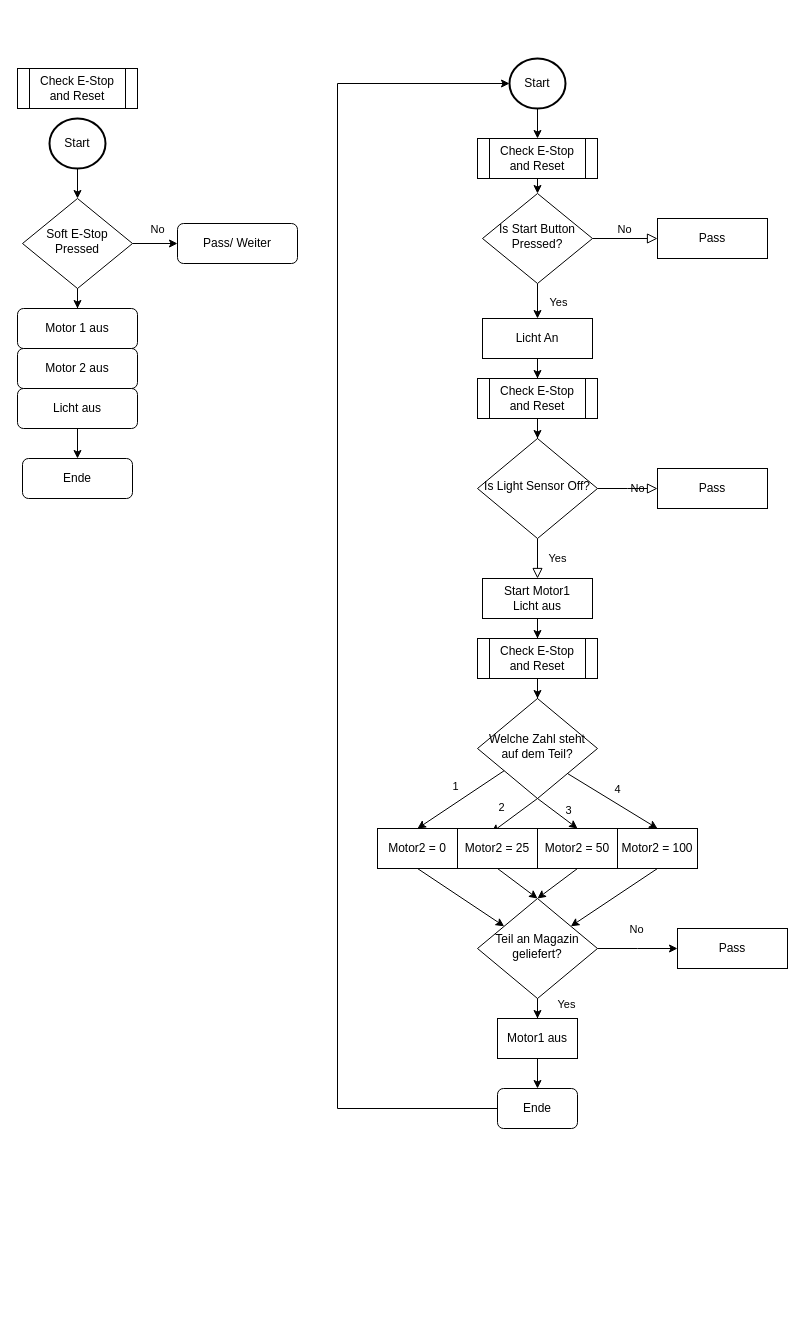
Before: Übung 5/Ablaufdiagram.drawio in OgLocGreen/Info-Labor-1, a draw.io diagram. Source tidied: cells renumbered, new cells numbered last; positions are measured from the earlier drawing's top-left corner, leaving out a move shared by most shapes. Both pictures are drawn from the tidied source at 100%, with x=0, y=0 at pixel (17, 58).
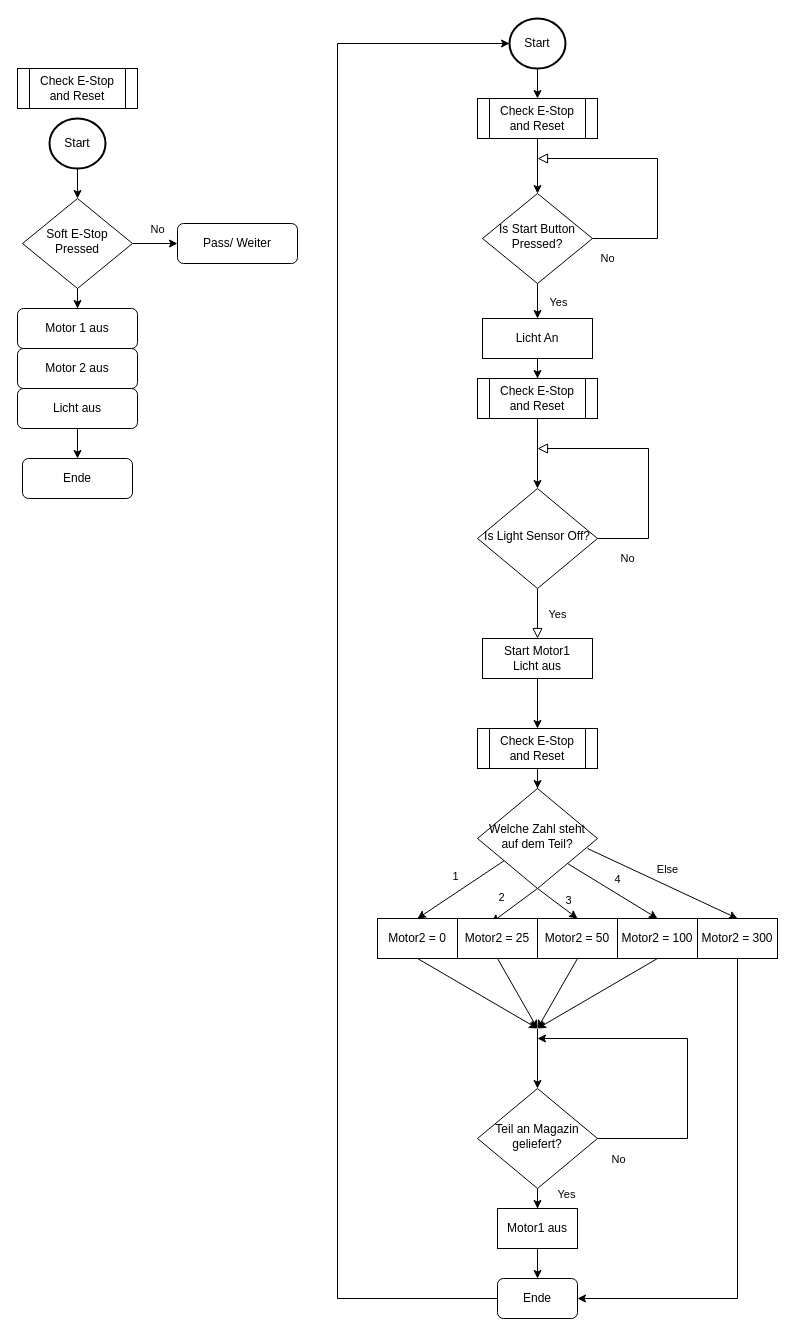
After the change.

Unchanged cells that the change refers to:
```xml
<mxCell id="5" value="Is Start Button Pressed?" style="rhombus;whiteSpace=wrap;html=1;shadow=0;fontFamily=Helvetica;fontSize=12;align=center;strokeWidth=1;spacing=6;spacingTop=-4;" parent="1" vertex="1">
  <mxGeometry x="465" y="135" width="110" height="90" as="geometry" />
</mxCell>
```

Diff of the diagram source:
```diff
@@
     <mxCell id="2" value="No" style="edgeStyle=orthogonalEdgeStyle;rounded=0;html=1;jettySize=auto;fontSize=11;endArrow=block;endFill=0;endSize=8;strokeWidth=1;shadow=0;labelBackgroundColor=none;" parent="1" edge="1" source="5">
-      <mxGeometry y="10" relative="1" as="geometry">
-        <mxPoint x="640" y="180" as="targetPoint" />
+      <mxGeometry x="-0.89" y="-20" relative="1" as="geometry">
+        <mxPoint x="520" y="100" as="targetPoint" />
+        <Array as="points">
+          <mxPoint x="640" y="180" />
+          <mxPoint x="640" y="100" />
+        </Array>
       </mxGeometry>
     </mxCell>
@@
     <mxCell id="7" value="No" style="edgeStyle=orthogonalEdgeStyle;rounded=0;html=1;jettySize=auto;fontSize=11;endArrow=block;endFill=0;endSize=8;strokeWidth=1;shadow=0;labelBackgroundColor=none;" parent="1" edge="1" source="8">
-      <mxGeometry y="10" relative="1" as="geometry">
-        <mxPoint x="640" y="430" as="targetPoint" />
+      <mxGeometry x="-0.76" y="-20" relative="1" as="geometry">
+        <mxPoint x="520" y="390" as="targetPoint" />
+        <Array as="points">
+          <mxPoint x="631" y="480" />
+          <mxPoint x="631" y="390" />
+        </Array>
       </mxGeometry>
     </mxCell>
     <mxCell id="8" value="Is Light Sensor Off?" style="rhombus;whiteSpace=wrap;html=1;shadow=0;fontFamily=Helvetica;fontSize=12;align=center;strokeWidth=1;spacing=6;spacingTop=-4;" parent="1" vertex="1">
-      <mxGeometry x="460" y="380" width="120" height="100" as="geometry" />
+      <mxGeometry x="460" y="430" width="120" height="100" as="geometry" />
     </mxCell>
     <mxCell id="9" value="Welche Zahl steht auf dem Teil?" style="rhombus;whiteSpace=wrap;html=1;shadow=0;fontFamily=Helvetica;fontSize=12;align=center;strokeWidth=1;spacing=6;spacingTop=-4;" parent="1" vertex="1">
-      <mxGeometry x="460" y="640" width="120" height="100" as="geometry" />
+      <mxGeometry x="460" y="730" width="120" height="100" as="geometry" />
     </mxCell>
     <mxCell id="10" style="endArrow=classic;html=1;rounded=0;entryX=0.5;entryY=0;entryDx=0;entryDy=0;" parent="1" edge="1" source="9">
       <mxGeometry relative="1" as="geometry">
-        <mxPoint x="400" y="770" as="targetPoint" />
+        <mxPoint x="400" y="860" as="targetPoint" />
       </mxGeometry>
     </mxCell>
@@
     <mxCell id="12" style="endArrow=classic;html=1;rounded=0;entryX=0.425;entryY=0.1;entryDx=0;entryDy=0;exitX=0.5;exitY=1;exitDx=0;exitDy=0;entryPerimeter=0;" parent="1" edge="1" source="9">
       <mxGeometry relative="1" as="geometry">
-        <mxPoint x="474" y="774" as="targetPoint" />
+        <mxPoint x="474" y="864" as="targetPoint" />
       </mxGeometry>
     </mxCell>
@@
     <mxCell id="14" style="endArrow=classic;html=1;rounded=0;entryX=0.5;entryY=0;entryDx=0;entryDy=0;" parent="1" edge="1">
       <mxGeometry relative="1" as="geometry">
-        <mxPoint x="520" y="740" as="sourcePoint" />
-        <mxPoint x="560" y="770" as="targetPoint" />
+        <mxPoint x="520" y="830" as="sourcePoint" />
+        <mxPoint x="560" y="860" as="targetPoint" />
       </mxGeometry>
     </mxCell>
@@
     <mxCell id="16" style="endArrow=classic;html=1;rounded=0;entryX=0.5;entryY=0;entryDx=0;entryDy=0;exitX=1;exitY=1;exitDx=0;exitDy=0;" parent="1" edge="1" source="9">
       <mxGeometry relative="1" as="geometry">
-        <mxPoint x="640" y="770" as="targetPoint" />
+        <mxPoint x="640" y="860" as="targetPoint" />
       </mxGeometry>
     </mxCell>
@@
     <mxCell id="19" value="Start" style="strokeWidth=2;html=1;shape=mxgraph.flowchart.start_2;whiteSpace=wrap;" parent="1" vertex="1">
-      <mxGeometry x="492" width="56" height="50" as="geometry" />
+      <mxGeometry x="492" y="-40" width="56" height="50" as="geometry" />
     </mxCell>
     <mxCell id="20" style="edgeStyle=orthogonalEdgeStyle;rounded=0;jettySize=auto;html=1;" parent="1" edge="1" source="24">
       <mxGeometry relative="1" as="geometry">
-        <mxPoint x="660" y="890" as="targetPoint" />
+        <mxPoint x="520" y="980" as="targetPoint" />
+        <Array as="points">
+          <mxPoint x="670" y="1080" />
+          <mxPoint x="670" y="980" />
+        </Array>
       </mxGeometry>
     </mxCell>
     <mxCell id="21" value="&lt;div&gt;No&lt;/div&gt;" style="edgeLabel;html=1;align=center;verticalAlign=middle;" parent="20" vertex="1">
       <mxGeometry x="-0.06" y="-4" relative="1" as="geometry">
-        <mxPoint y="-24" as="offset" />
+        <mxPoint x="-74" y="90" as="offset" />
       </mxGeometry>
     </mxCell>
@@
     <mxCell id="24" value="Teil an Magazin geliefert?" style="rhombus;whiteSpace=wrap;html=1;shadow=0;fontFamily=Helvetica;fontSize=12;align=center;strokeWidth=1;spacing=6;spacingTop=-4;" parent="1" vertex="1">
-      <mxGeometry x="460" y="840" width="120" height="100" as="geometry" />
+      <mxGeometry x="460" y="1030" width="120" height="100" as="geometry" />
     </mxCell>
     <mxCell id="25" value="Ende" style="rounded=1;whiteSpace=wrap;html=1;fontSize=12;glass=0;strokeWidth=1;shadow=0;" parent="1" vertex="1">
-      <mxGeometry x="480" y="1030" width="80" height="40" as="geometry" />
+      <mxGeometry x="480" y="1220" width="80" height="40" as="geometry" />
     </mxCell>
-    <mxCell id="26" style="endArrow=classic;html=1;rounded=0;exitX=0.5;exitY=1;exitDx=0;exitDy=0;" parent="1" edge="1" target="24">
+    <mxCell id="26" style="endArrow=classic;html=1;rounded=0;exitX=0.5;exitY=1;exitDx=0;exitDy=0;" parent="1" edge="1">
       <mxGeometry relative="1" as="geometry">
-        <mxPoint x="400" y="810" as="sourcePoint" />
+        <mxPoint x="400" y="900" as="sourcePoint" />
+        <mxPoint x="520" y="970" as="targetPoint" />
       </mxGeometry>
     </mxCell>
-    <mxCell id="27" style="endArrow=classic;html=1;rounded=0;exitX=0.5;exitY=1;exitDx=0;exitDy=0;entryX=0.5;entryY=0;entryDx=0;entryDy=0;" parent="1" edge="1" target="24">
+    <mxCell id="27" style="endArrow=classic;html=1;rounded=0;exitX=0.5;exitY=1;exitDx=0;exitDy=0;" parent="1" edge="1">
       <mxGeometry relative="1" as="geometry">
-        <mxPoint x="480" y="810" as="sourcePoint" />
+        <mxPoint x="480" y="900" as="sourcePoint" />
+        <mxPoint x="520" y="970" as="targetPoint" />
       </mxGeometry>
     </mxCell>
-    <mxCell id="28" style="endArrow=classic;html=1;rounded=0;exitX=0.5;exitY=1;exitDx=0;exitDy=0;entryX=0.5;entryY=0;entryDx=0;entryDy=0;" parent="1" edge="1" target="24">
+    <mxCell id="28" style="endArrow=classic;html=1;rounded=0;exitX=0.5;exitY=1;exitDx=0;exitDy=0;" parent="1" edge="1">
       <mxGeometry relative="1" as="geometry">
-        <mxPoint x="560" y="810" as="sourcePoint" />
+        <mxPoint x="560" y="900" as="sourcePoint" />
+        <mxPoint x="520" y="970" as="targetPoint" />
       </mxGeometry>
     </mxCell>
-    <mxCell id="29" style="endArrow=classic;html=1;rounded=0;exitX=0.5;exitY=1;exitDx=0;exitDy=0;" parent="1" edge="1" target="24">
+    <mxCell id="29" style="endArrow=classic;html=1;rounded=0;exitX=0.5;exitY=1;exitDx=0;exitDy=0;" parent="1" edge="1">
       <mxGeometry relative="1" as="geometry">
-        <mxPoint x="640" y="810" as="sourcePoint" />
+        <mxPoint x="640" y="900" as="sourcePoint" />
+        <mxPoint x="520" y="970" as="targetPoint" />
       </mxGeometry>
     </mxCell>
@@
     <mxCell id="43" value="Check E-Stop and Reset" style="shape=process;whiteSpace=wrap;html=1;backgroundOutline=1;" parent="1" vertex="1">
-      <mxGeometry x="460" y="80" width="120" height="40" as="geometry" />
+      <mxGeometry x="460" y="40" width="120" height="40" as="geometry" />
     </mxCell>
@@
     <mxCell id="47" value="Check E-Stop and Reset" style="shape=process;whiteSpace=wrap;html=1;backgroundOutline=1;" parent="1" vertex="1">
-      <mxGeometry x="460" y="580" width="120" height="40" as="geometry" />
+      <mxGeometry x="460" y="670" width="120" height="40" as="geometry" />
     </mxCell>
@@
-    <mxCell id="50" style="edgeStyle=orthogonalEdgeStyle;rounded=0;jettySize=auto;html=1;" parent="1" edge="1" source="51" target="47">
+    <mxCell id="50" style="edgeStyle=none;html=1;" parent="1" edge="1" source="51" target="47">
       <mxGeometry relative="1" as="geometry" />
     </mxCell>
     <mxCell id="51" value="&lt;div&gt;Start Motor1&lt;/div&gt;Licht aus" style="rounded=0;whiteSpace=wrap;html=1;" parent="1" vertex="1">
-      <mxGeometry x="465" y="520" width="110" height="40" as="geometry" />
+      <mxGeometry x="465" y="580" width="110" height="40" as="geometry" />
     </mxCell>
     <mxCell id="52" value="&lt;div&gt;Motor2 = 25&lt;/div&gt;" style="rounded=0;whiteSpace=wrap;html=1;" parent="1" vertex="1">
-      <mxGeometry x="440" y="770" width="80" height="40" as="geometry" />
+      <mxGeometry x="440" y="860" width="80" height="40" as="geometry" />
     </mxCell>
     <mxCell id="53" value="Motor2 = 0" style="rounded=0;whiteSpace=wrap;html=1;" parent="1" vertex="1">
-      <mxGeometry x="360" y="770" width="80" height="40" as="geometry" />
+      <mxGeometry x="360" y="860" width="80" height="40" as="geometry" />
     </mxCell>
     <mxCell id="54" value="&lt;div&gt;Motor2 = 50&lt;/div&gt;" style="rounded=0;whiteSpace=wrap;html=1;" parent="1" vertex="1">
-      <mxGeometry x="520" y="770" width="80" height="40" as="geometry" />
+      <mxGeometry x="520" y="860" width="80" height="40" as="geometry" />
     </mxCell>
     <mxCell id="55" value="&lt;div&gt;Motor2 = 100&lt;/div&gt;" style="rounded=0;whiteSpace=wrap;html=1;" parent="1" vertex="1">
-      <mxGeometry x="600" y="770" width="80" height="40" as="geometry" />
+      <mxGeometry x="600" y="860" width="80" height="40" as="geometry" />
     </mxCell>
@@
     <mxCell id="57" value="&lt;div&gt;Motor1 aus&lt;/div&gt;" style="rounded=0;whiteSpace=wrap;html=1;" parent="1" vertex="1">
-      <mxGeometry x="480" y="960" width="80" height="40" as="geometry" />
+      <mxGeometry x="480" y="1150" width="80" height="40" as="geometry" />
     </mxCell>
@@
-    <mxCell id="59" value="Pass" style="rounded=0;whiteSpace=wrap;html=1;" parent="1" vertex="1">
-      <mxGeometry x="640" y="160" width="110" height="40" as="geometry" />
-    </mxCell>
-    <mxCell id="60" value="Pass" style="rounded=0;whiteSpace=wrap;html=1;" parent="1" vertex="1">
-      <mxGeometry x="640" y="410" width="110" height="40" as="geometry" />
-    </mxCell>
-    <mxCell id="61" value="Pass" style="rounded=0;whiteSpace=wrap;html=1;" parent="1" vertex="1">
-      <mxGeometry x="660" y="870" width="110" height="40" as="geometry" />
-    </mxCell>
     <mxCell id="62" style="endArrow=classic;html=1;rounded=0;entryX=0;entryY=0.5;entryDx=0;entryDy=0;entryPerimeter=0;exitX=0;exitY=0.5;exitDx=0;exitDy=0;" parent="1" edge="1" source="25" target="19">
       <mxGeometry relative="1" as="geometry">
         <Array as="points">
-          <mxPoint x="320" y="1050" />
-          <mxPoint x="320" y="25" />
+          <mxPoint x="320" y="1240" />
+          <mxPoint x="320" y="-15" />
         </Array>
       </mxGeometry>
     </mxCell>
+    <mxCell id="63" style="endArrow=classic;html=1;entryX=0.5;entryY=0;entryDx=0;entryDy=0;" parent="1" edge="1" target="24">
+      <mxGeometry relative="1" as="geometry">
+        <mxPoint x="520" y="970" as="sourcePoint" />
+      </mxGeometry>
+    </mxCell>
+    <mxCell id="64" value="&lt;div&gt;Motor2 = 300&lt;/div&gt;" style="rounded=0;whiteSpace=wrap;html=1;" parent="1" vertex="1">
+      <mxGeometry x="680" y="860" width="80" height="40" as="geometry" />
+    </mxCell>
+    <mxCell id="65" style="endArrow=classic;html=1;rounded=0;entryX=0.5;entryY=0;entryDx=0;entryDy=0;exitX=1;exitY=1;exitDx=0;exitDy=0;" parent="1" edge="1" target="64">
+      <mxGeometry relative="1" as="geometry">
+        <mxPoint x="570" y="790" as="sourcePoint" />
+      </mxGeometry>
+    </mxCell>
+    <mxCell id="66" value="Else" style="edgeLabel;html=1;align=center;verticalAlign=middle;" parent="65" vertex="1">
+      <mxGeometry x="-0.39" relative="1" as="geometry">
+        <mxPoint x="34" y="-1" as="offset" />
+      </mxGeometry>
+    </mxCell>
+    <mxCell id="67" style="edgeStyle=orthogonalEdgeStyle;rounded=0;jettySize=auto;html=1;exitX=0.5;exitY=1;exitDx=0;exitDy=0;entryX=1;entryY=0.5;entryDx=0;entryDy=0;" parent="1" edge="1" source="64" target="25">
+      <mxGeometry relative="1" as="geometry">
+        <Array as="points">
+          <mxPoint x="720" y="1240" />
+        </Array>
+      </mxGeometry>
+    </mxCell>
```
